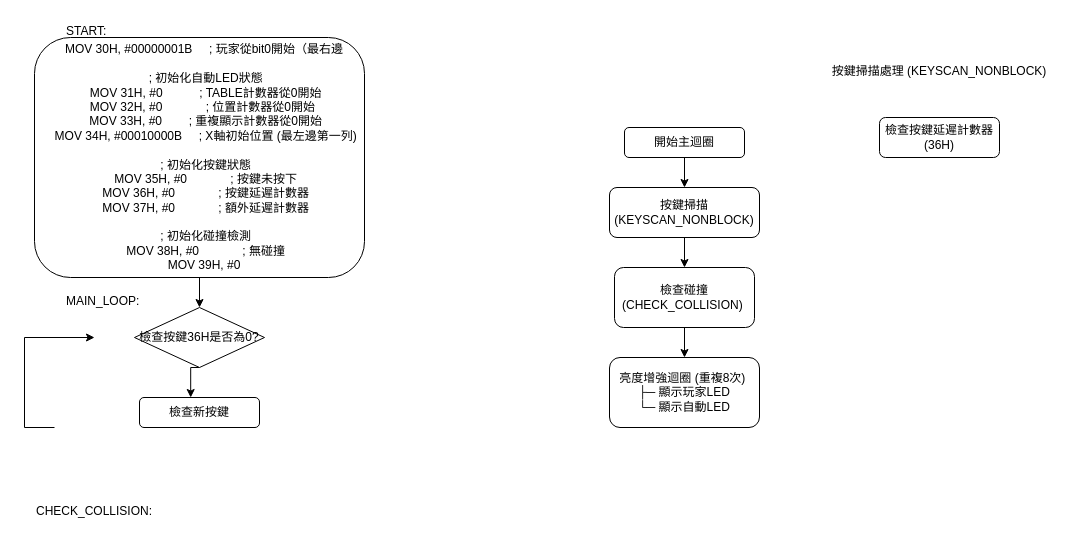
piting1104/se2 keeps this draw.io diagram as page "第 11 页" (11 of 11) of 未命名绘图.drawio. Above is the earlier version. Source tidied: cells renumbered, new cells numbered last; positions are measured from the earlier drawing's top-left corner, leaving out a move shared by most shapes. Both pictures are drawn from the tidied source at 100%, with x=0, y=0 at pixel (24, 17).
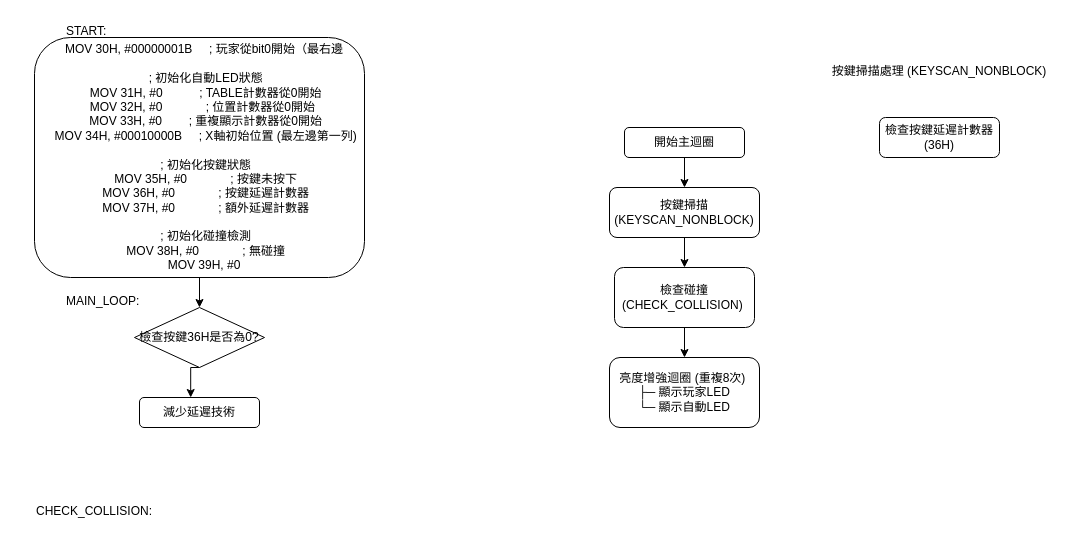
After the change.

Commit message:
更新未命名绘图.drawio

Change to the diagram source:
```diff
@@
-    <mxCell id="15" style="endArrow=classic;html=1;rounded=0;exitX=0;exitY=0.5;exitDx=0;exitDy=0;entryX=0;entryY=0.5;entryDx=0;entryDy=0;edgeStyle=orthogonalEdgeStyle;" parent="1" edge="1">
-      <mxGeometry relative="1" as="geometry">
-        <mxPoint x="30" y="410" as="sourcePoint" />
-        <mxPoint x="70" y="320" as="targetPoint" />
-        <Array as="points">
-          <mxPoint y="410" />
-          <mxPoint y="320" />
-        </Array>
-      </mxGeometry>
-    </mxCell>
@@
-    <mxCell id="19" value="檢查新按鍵" style="rounded=1;whiteSpace=wrap;html=1;" parent="1" vertex="1">
+    <mxCell id="19" value="減少延遲技術" style="rounded=1;whiteSpace=wrap;html=1;" parent="1" vertex="1">
       <mxGeometry x="115" y="380" width="120" height="30" as="geometry" />
     </mxCell>
```
